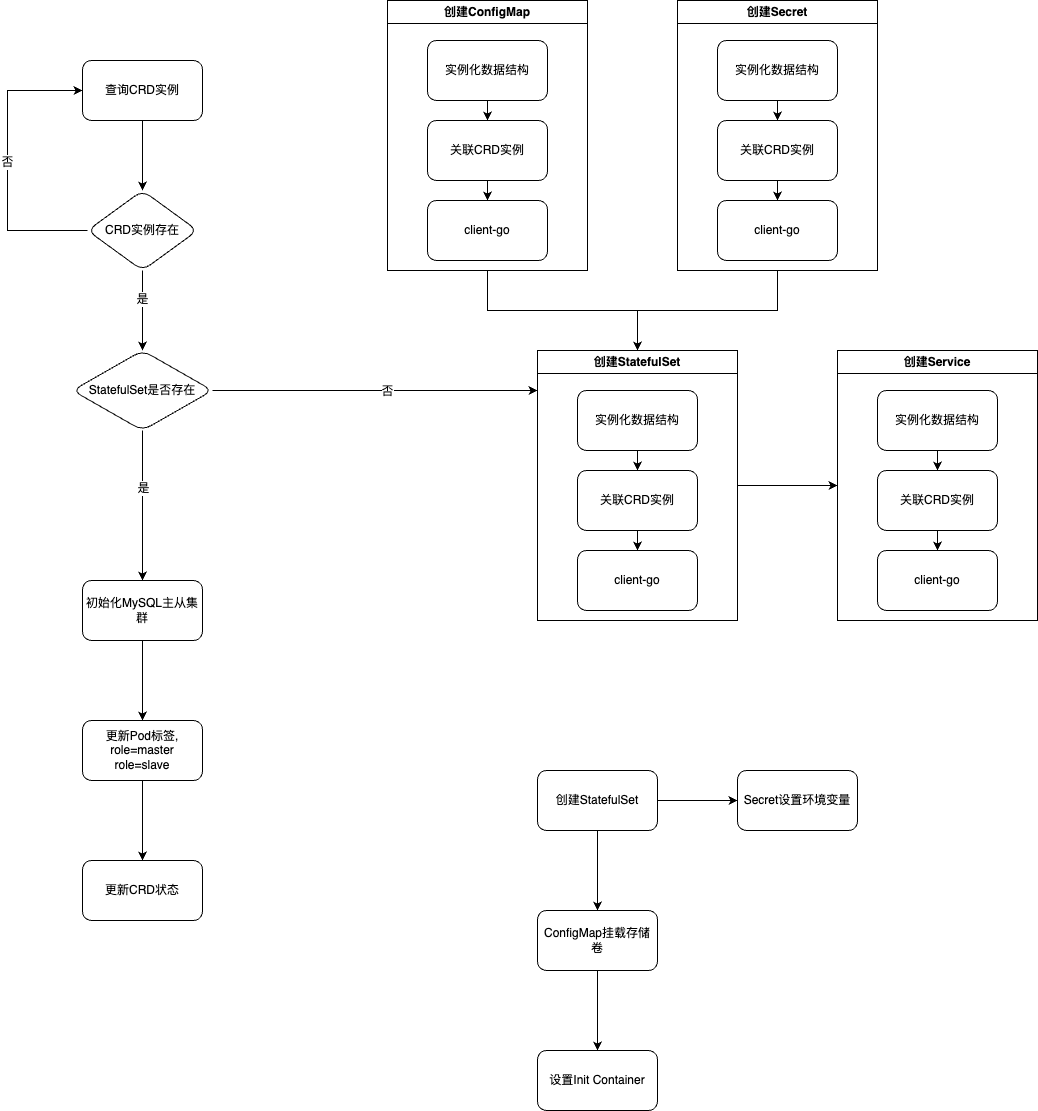
Earlier version of the draw.io export diagrams/MysqlOperator流程图.png (kbsonlong/notes_statics). Source tidied: cells renumbered, new cells last; positions are measured from the earlier drawing's top-left corner, leaving out a move shared by most shapes.
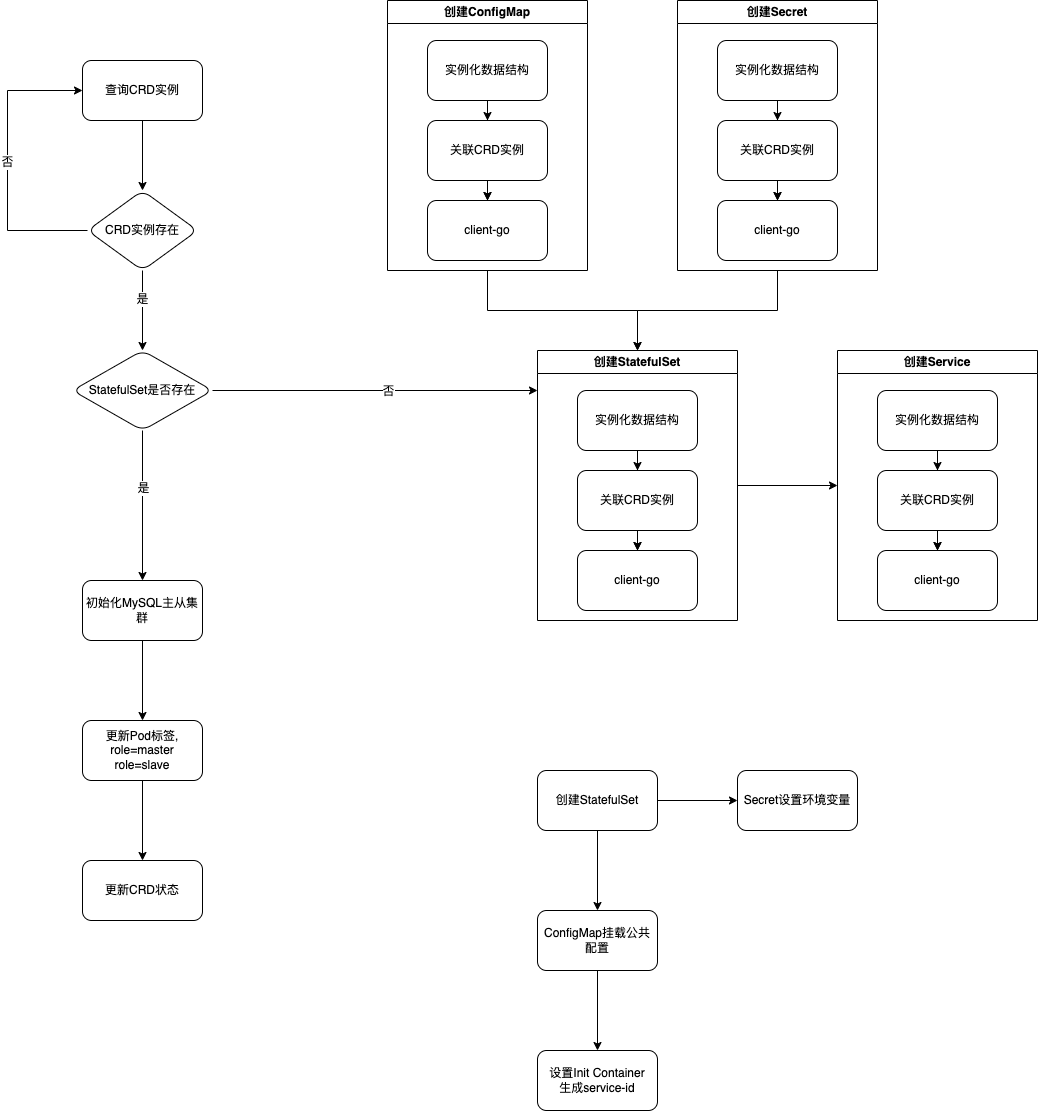
The same diagram one commit later.

Commit message:
更新MysqlOperator流程图.png

The edit, as a diff of the source:
```diff
@@ -162,13 +162,13 @@
     <mxCell id="52" style="edgeStyle=orthogonalEdgeStyle;rounded=0;jettySize=auto;html=1;" parent="1" edge="1" source="53" target="55">
       <mxGeometry relative="1" as="geometry" />
     </mxCell>
-    <mxCell id="53" value="ConfigMap挂载存储卷" style="whiteSpace=wrap;html=1;rounded=1;" parent="1" vertex="1">
+    <mxCell id="53" value="ConfigMap挂载公共配置" style="whiteSpace=wrap;html=1;rounded=1;" parent="1" vertex="1">
       <mxGeometry x="530" y="910" width="120" height="60" as="geometry" />
     </mxCell>
     <mxCell id="54" value="Secret设置环境变量" style="whiteSpace=wrap;html=1;rounded=1;" parent="1" vertex="1">
       <mxGeometry x="730" y="770" width="120" height="60" as="geometry" />
     </mxCell>
-    <mxCell id="55" value="设置Init Container" style="whiteSpace=wrap;html=1;rounded=1;" parent="1" vertex="1">
+    <mxCell id="55" value="设置Init Container&lt;br&gt;生成service-id" style="whiteSpace=wrap;html=1;rounded=1;" parent="1" vertex="1">
       <mxGeometry x="530" y="1050" width="120" height="60" as="geometry" />
     </mxCell>
   </root>
```
